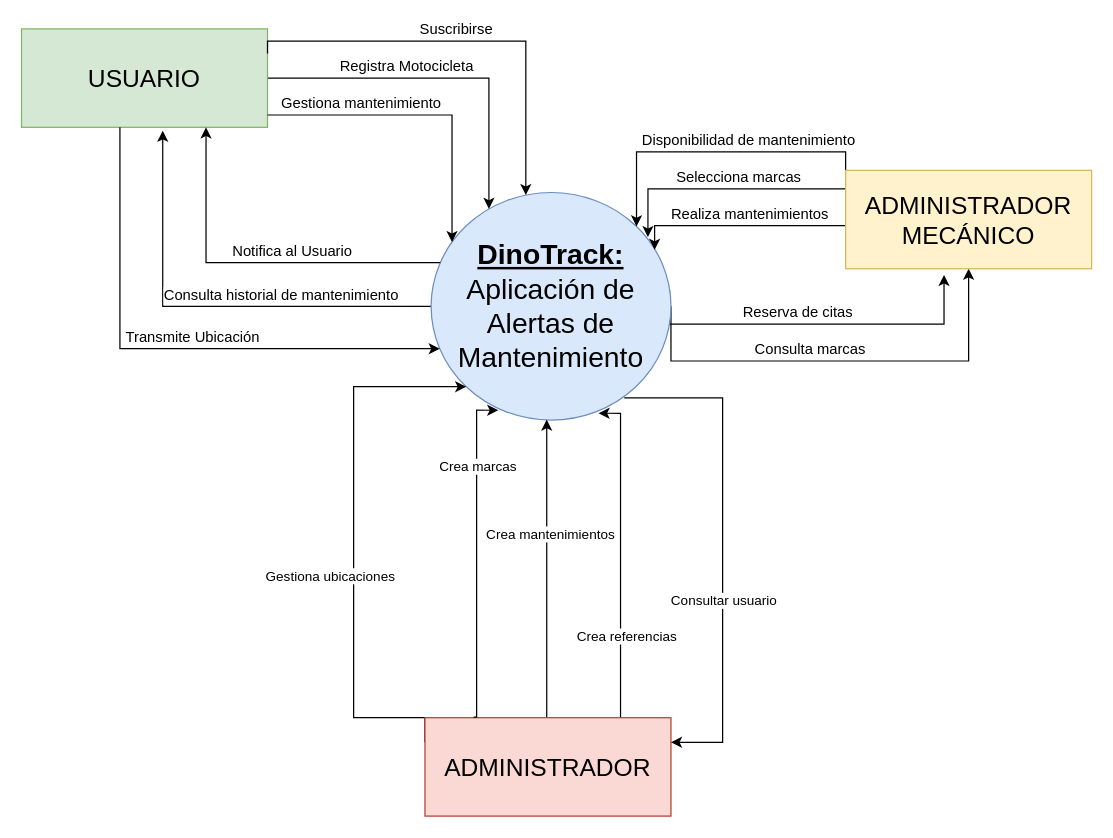
This is page "Diagrama de contexto" (3 of 3) of EntregaRequisitos.drawio from david-med/archivos, a draw.io file, before an edit. Source tidied: cells renumbered, new cells numbered last; positions are measured from the earlier drawing's top-left corner, leaving out a move shared by most shapes. Both pictures are drawn from the tidied source at 123%, with x=0, y=0 at pixel (21, 28).
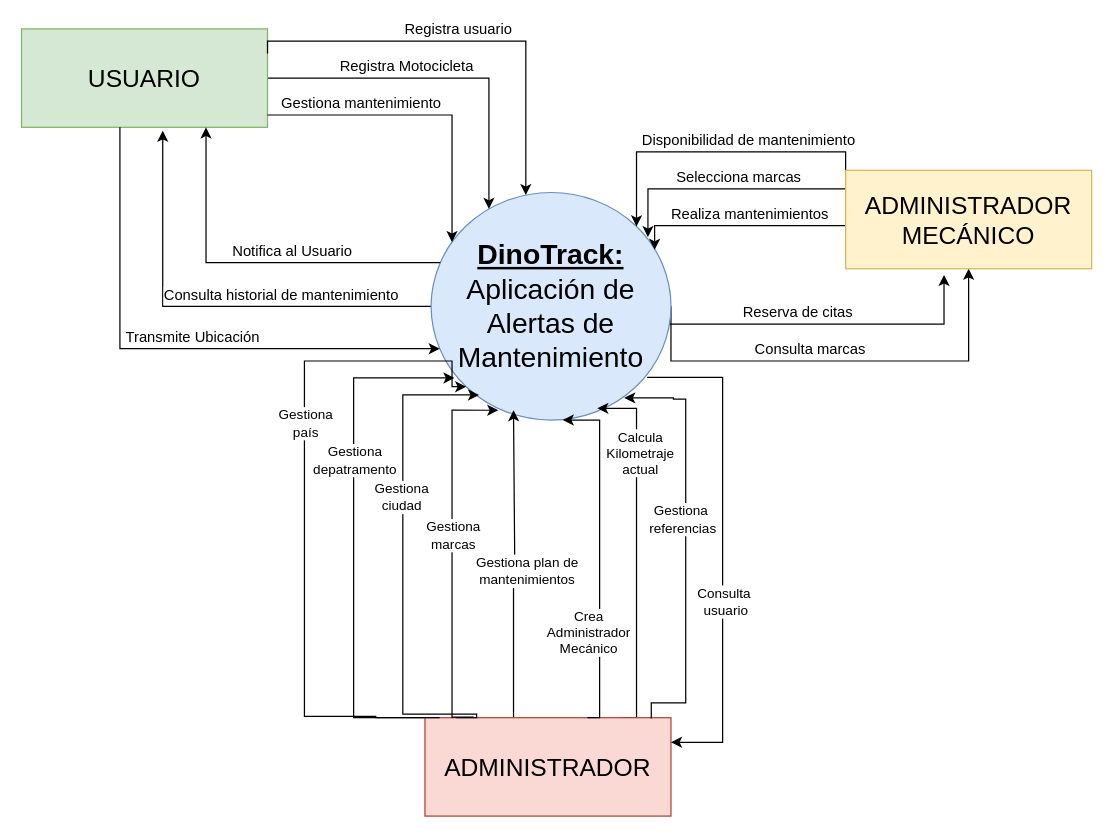
The same diagram, later.

The change refers to these unchanged cells:
```xml
<mxCell id="8" value="&lt;font style=&quot;font-size: 23px;&quot;&gt;&lt;b&gt;&lt;u&gt;DinoTrack:&lt;br style=&quot;font-size: 23px;&quot;&gt;&lt;/u&gt;&lt;/b&gt;&lt;/font&gt;&lt;font style=&quot;font-size: 23px;&quot;&gt;Aplicación de Alertas de Mantenimiento&lt;/font&gt;" style="ellipse;whiteSpace=wrap;html=1;fillColor=#dae8fc;strokeColor=#6c8ebf;fontSize=23;" parent="1" vertex="1">
  <mxGeometry x="333" y="133" width="195" height="185" as="geometry" />
</mxCell>
<mxCell id="18" value="ADMINISTRADOR" style="rounded=0;whiteSpace=wrap;html=1;fillColor=#fad9d5;strokeColor=#ae4132;fontSize=20;" parent="1" vertex="1">
  <mxGeometry x="328" y="560" width="200" height="80" as="geometry" />
</mxCell>
<mxCell id="21" style="edgeStyle=orthogonalEdgeStyle;jettySize=auto;html=1;exitX=1;exitY=0.25;exitDx=0;exitDy=0;rounded=0;" parent="1" edge="1" source="11" target="8">
  <mxGeometry relative="1" as="geometry">
    <Array as="points">
      <mxPoint x="200" y="10" />
      <mxPoint x="410" y="10" />
    </Array>
  </mxGeometry>
</mxCell>
```

The edit, as a diff of the source:
```diff
@@
-    <mxCell id="12" style="orthogonalLoop=1;jettySize=auto;html=1;rounded=0;edgeStyle=orthogonalEdgeStyle;" parent="1" edge="1">
+    <mxCell id="12" style="jettySize=auto;html=1;rounded=0;edgeStyle=orthogonalEdgeStyle;" parent="1" edge="1" source="18">
       <mxGeometry relative="1" as="geometry">
-        <mxPoint x="427" y="560" as="sourcePoint" />
-        <mxPoint x="427" y="317.6" as="targetPoint" />
+        <mxPoint x="400" y="310" as="targetPoint" />
         <Array as="points">
-          <mxPoint x="427" y="490" />
-          <mxPoint x="427" y="490" />
+          <mxPoint x="400" y="436" />
+          <mxPoint x="401" y="436" />
         </Array>
       </mxGeometry>
     </mxCell>
-    <mxCell id="13" style="rounded=0;jettySize=auto;html=1;exitX=0;exitY=0.25;exitDx=0;exitDy=0;entryX=0;entryY=1;entryDx=0;entryDy=0;edgeStyle=orthogonalEdgeStyle;" parent="1" edge="1" source="18" target="8">
+    <mxCell id="13" style="rounded=0;jettySize=auto;html=1;entryX=0;entryY=1;entryDx=0;entryDy=0;edgeStyle=orthogonalEdgeStyle;" parent="1" edge="1" target="8">
       <mxGeometry relative="1" as="geometry">
+        <mxPoint x="330" y="560" as="sourcePoint" />
         <Array as="points">
-          <mxPoint x="270" y="560" />
-          <mxPoint x="270" y="291" />
+          <mxPoint x="288" y="560" />
+          <mxPoint x="288" y="559" />
+          <mxPoint x="230" y="559" />
+          <mxPoint x="230" y="270" />
+          <mxPoint x="350" y="270" />
+          <mxPoint x="350" y="291" />
         </Array>
       </mxGeometry>
     </mxCell>
-    <mxCell id="14" value="Gestiona ubicaciones" style="edgeLabel;html=1;align=center;verticalAlign=middle;" parent="13" vertex="1">
+    <mxCell id="14" value="Gestiona&lt;br&gt;país" style="edgeLabel;html=1;align=center;verticalAlign=middle;" parent="13" vertex="1">
       <mxGeometry x="0.24" y="2" relative="1" as="geometry">
-        <mxPoint x="-18" y="78" as="offset" />
+        <mxPoint x="2" y="-4" as="offset" />
       </mxGeometry>
     </mxCell>
-    <mxCell id="15" style="edgeStyle=orthogonalEdgeStyle;rounded=0;jettySize=auto;html=1;entryX=0.698;entryY=0.97;entryDx=0;entryDy=0;entryPerimeter=0;" parent="1" edge="1" target="8">
+    <mxCell id="15" style="edgeStyle=orthogonalEdgeStyle;rounded=0;jettySize=auto;html=1;entryX=0.698;entryY=0.97;entryDx=0;entryDy=0;entryPerimeter=0;exitX=0.807;exitY=0.042;exitDx=0;exitDy=0;exitPerimeter=0;" parent="1" edge="1" source="18">
       <mxGeometry relative="1" as="geometry">
-        <mxPoint x="487" y="560" as="sourcePoint" />
+        <mxPoint x="468.1" y="308.5" as="targetPoint" />
         <Array as="points">
-          <mxPoint x="487" y="313" />
+          <mxPoint x="489" y="560" />
+          <mxPoint x="500" y="560" />
+          <mxPoint x="500" y="309" />
         </Array>
       </mxGeometry>
     </mxCell>
-    <mxCell id="16" value="Crea mantenimientos" style="edgeLabel;html=1;align=center;verticalAlign=middle;" parent="15" vertex="1">
-      <mxGeometry x="0.35" y="4" relative="1" as="geometry">
-        <mxPoint x="-54" y="29" as="offset" />
-      </mxGeometry>
-    </mxCell>
-    <mxCell id="17" value="Crea referencias" style="edgeLabel;html=1;align=center;verticalAlign=middle;" parent="15" vertex="1">
+    <mxCell id="17" value="Calcula &lt;br&gt;Kilometraje&lt;br&gt;actual" style="edgeLabel;html=1;align=center;verticalAlign=middle;" parent="15" vertex="1">
       <mxGeometry x="-0.12" y="1" relative="1" as="geometry">
-        <mxPoint x="5" y="50" as="offset" />
+        <mxPoint x="3" y="-98" as="offset" />
       </mxGeometry>
     </mxCell>
@@
-    <mxCell id="19" style="edgeStyle=orthogonalEdgeStyle;jettySize=auto;html=1;rounded=0;exitX=1;exitY=1;exitDx=0;exitDy=0;" parent="1" edge="1" target="18">
+    <mxCell id="19" style="edgeStyle=orthogonalEdgeStyle;jettySize=auto;html=1;rounded=0;exitX=0.901;exitY=0.813;exitDx=0;exitDy=0;exitPerimeter=0;" parent="1" edge="1" source="8" target="18">
       <mxGeometry relative="1" as="geometry">
-        <mxPoint x="490" y="300" as="sourcePoint" />
         <Array as="points">
-          <mxPoint x="570" y="300" />
+          <mxPoint x="570" y="283" />
           <mxPoint x="570" y="580" />
         </Array>
       </mxGeometry>
     </mxCell>
-    <mxCell id="20" value="Consultar usuario" style="edgeLabel;html=1;align=center;verticalAlign=middle;rotation=0;" parent="19" vertex="1">
+    <mxCell id="20" value="Consulta&lt;br&gt;&amp;nbsp;usuario" style="edgeLabel;html=1;align=center;verticalAlign=middle;rotation=0;" parent="19" vertex="1">
       <mxGeometry x="-0.07" y="2" relative="1" as="geometry">
         <mxPoint x="-2" y="57" as="offset" />
       </mxGeometry>
     </mxCell>
@@
-    <mxCell id="22" value="Suscribirse&amp;nbsp;" style="edgeLabel;html=1;align=center;verticalAlign=middle;rotation=0;fontSize=12;" parent="21" vertex="1">
+    <mxCell id="22" value="Registra usuario" style="edgeLabel;html=1;align=center;verticalAlign=middle;rotation=0;fontSize=12;" parent="21" vertex="1">
       <mxGeometry x="-0.24" y="-14" relative="1" as="geometry">
         <mxPoint x="33" y="-24" as="offset" />
       </mxGeometry>
     </mxCell>
@@
     <mxCell id="36" style="rounded=0;jettySize=auto;html=1;exitX=0.198;exitY=-0.005;exitDx=0;exitDy=0;exitPerimeter=0;strokeColor=default;edgeStyle=orthogonalEdgeStyle;entryX=0.28;entryY=0.957;entryDx=0;entryDy=0;entryPerimeter=0;" parent="1" edge="1" source="18" target="8">
       <mxGeometry relative="1" as="geometry">
         <Array as="points">
-          <mxPoint x="370" y="560" />
-          <mxPoint x="370" y="310" />
+          <mxPoint x="350" y="560" />
+          <mxPoint x="350" y="310" />
         </Array>
       </mxGeometry>
     </mxCell>
-    <mxCell id="37" value="Crea marcas" style="edgeLabel;html=1;align=center;verticalAlign=middle;" parent="36" vertex="1">
+    <mxCell id="37" value="Gestiona&lt;br&gt;marcas" style="edgeLabel;html=1;align=center;verticalAlign=middle;" parent="36" vertex="1">
       <mxGeometry x="0.24" y="2" relative="1" as="geometry">
-        <mxPoint x="2" y="-40" as="offset" />
+        <mxPoint x="2" y="23" as="offset" />
       </mxGeometry>
     </mxCell>
+    <mxCell id="38" style="rounded=0;orthogonalLoop=1;jettySize=auto;html=1;exitX=0.127;exitY=0.042;exitDx=0;exitDy=0;entryX=0;entryY=1;entryDx=0;entryDy=0;edgeStyle=orthogonalEdgeStyle;exitPerimeter=0;" parent="1" edge="1">
+      <mxGeometry relative="1" as="geometry">
+        <mxPoint x="353.4" y="560" as="sourcePoint" />
+        <mxPoint x="372" y="297.6" as="targetPoint" />
+        <Array as="points">
+          <mxPoint x="370" y="560" />
+          <mxPoint x="370" y="557" />
+          <mxPoint x="310" y="557" />
+          <mxPoint x="310" y="298" />
+        </Array>
+      </mxGeometry>
+    </mxCell>
+    <mxCell id="39" value="Gestiona&lt;br&gt;ciudad" style="edgeLabel;html=1;align=center;verticalAlign=middle;" parent="38" vertex="1">
+      <mxGeometry x="0.24" y="2" relative="1" as="geometry">
+        <mxPoint y="-7" as="offset" />
+      </mxGeometry>
+    </mxCell>
+    <mxCell id="40" style="rounded=0;orthogonalLoop=1;jettySize=auto;html=1;entryX=0;entryY=1;entryDx=0;entryDy=0;edgeStyle=orthogonalEdgeStyle;" parent="1" edge="1">
+      <mxGeometry relative="1" as="geometry">
+        <mxPoint x="340" y="560" as="sourcePoint" />
+        <mxPoint x="352" y="283.8" as="targetPoint" />
+        <Array as="points">
+          <mxPoint x="333" y="560" />
+          <mxPoint x="270" y="560" />
+          <mxPoint x="270" y="284" />
+        </Array>
+      </mxGeometry>
+    </mxCell>
+    <mxCell id="41" value="Gestiona&lt;br&gt;depatramento" style="edgeLabel;html=1;align=center;verticalAlign=middle;" parent="40" vertex="1">
+      <mxGeometry x="0.24" y="2" relative="1" as="geometry">
+        <mxPoint x="2" y="-15" as="offset" />
+      </mxGeometry>
+    </mxCell>
+    <mxCell id="42" style="edgeStyle=orthogonalEdgeStyle;rounded=0;jettySize=auto;html=1;entryX=0.698;entryY=0.97;entryDx=0;entryDy=0;entryPerimeter=0;exitX=0.92;exitY=0.008;exitDx=0;exitDy=0;exitPerimeter=0;" parent="1" edge="1" source="18">
+      <mxGeometry relative="1" as="geometry">
+        <mxPoint x="490" y="300" as="targetPoint" />
+        <Array as="points">
+          <mxPoint x="512" y="548" />
+          <mxPoint x="540" y="548" />
+          <mxPoint x="540" y="301" />
+          <mxPoint x="530" y="301" />
+          <mxPoint x="530" y="300" />
+        </Array>
+      </mxGeometry>
+    </mxCell>
+    <mxCell id="43" value="Gestiona plan de &lt;br&gt;mantenimientos" style="edgeLabel;html=1;align=center;verticalAlign=middle;" parent="42" vertex="1">
+      <mxGeometry x="0.35" y="4" relative="1" as="geometry">
+        <mxPoint x="-126" y="81" as="offset" />
+      </mxGeometry>
+    </mxCell>
+    <mxCell id="44" value="Gestiona&lt;br&gt;&amp;nbsp;referencias" style="edgeLabel;html=1;align=center;verticalAlign=middle;" parent="42" vertex="1">
+      <mxGeometry x="-0.12" y="1" relative="1" as="geometry">
+        <mxPoint x="-4" y="-41" as="offset" />
+      </mxGeometry>
+    </mxCell>
+    <mxCell id="45" style="edgeStyle=orthogonalEdgeStyle;rounded=0;orthogonalLoop=1;jettySize=auto;html=1;entryX=0.698;entryY=0.97;entryDx=0;entryDy=0;entryPerimeter=0;" parent="1" edge="1">
+      <mxGeometry relative="1" as="geometry">
+        <mxPoint x="460" y="560" as="sourcePoint" />
+        <mxPoint x="440" y="318" as="targetPoint" />
+        <Array as="points">
+          <mxPoint x="470" y="560" />
+          <mxPoint x="470" y="318" />
+        </Array>
+      </mxGeometry>
+    </mxCell>
+    <mxCell id="46" value="Crea &lt;br&gt;Administrador &lt;br&gt;Mecánico" style="edgeLabel;html=1;align=center;verticalAlign=middle;" parent="45" vertex="1">
+      <mxGeometry x="-0.12" y="1" relative="1" as="geometry">
+        <mxPoint x="-9" y="44" as="offset" />
+      </mxGeometry>
+    </mxCell>
```
